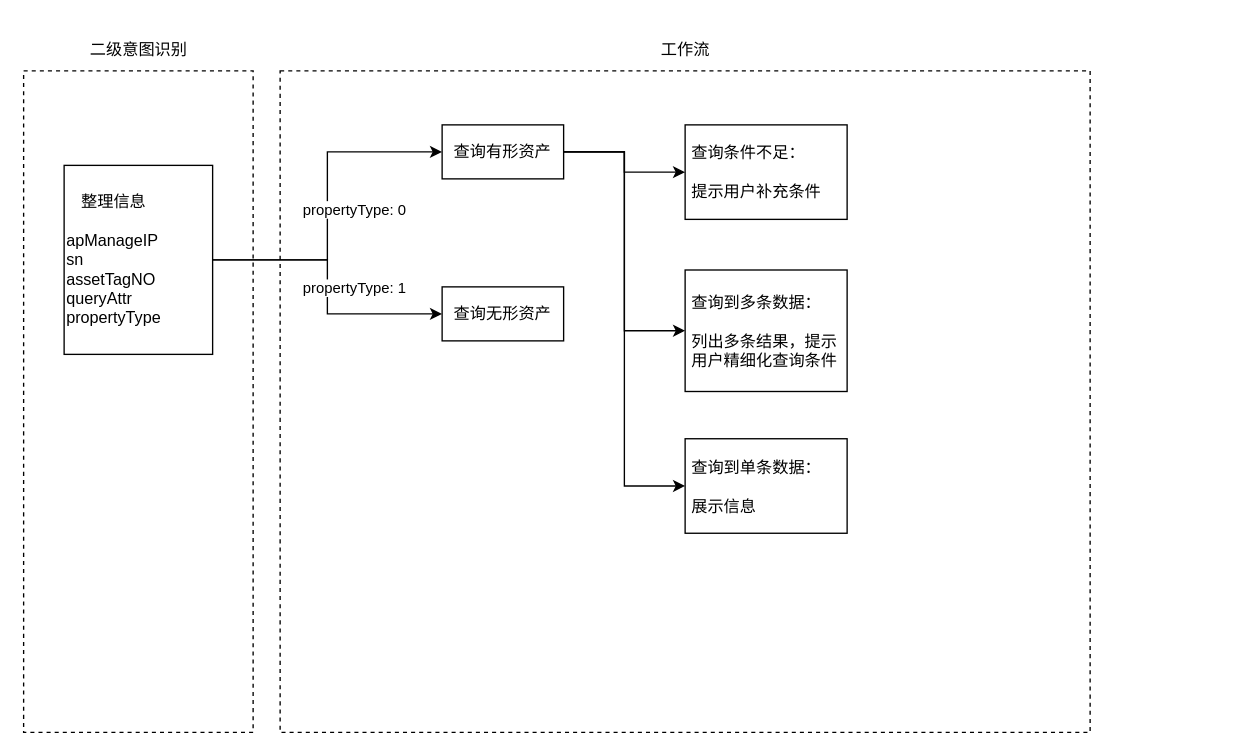
Lee-7723/Git keeps this draw.io diagram as 智能体.drawio. Above is the earlier version. Source tidied: cells renumbered, new cells numbered last; positions are measured from the earlier drawing's top-left corner, leaving out a move shared by most shapes. Both pictures are drawn from the tidied source at 135%, with x=0, y=0 at pixel (23, 30).
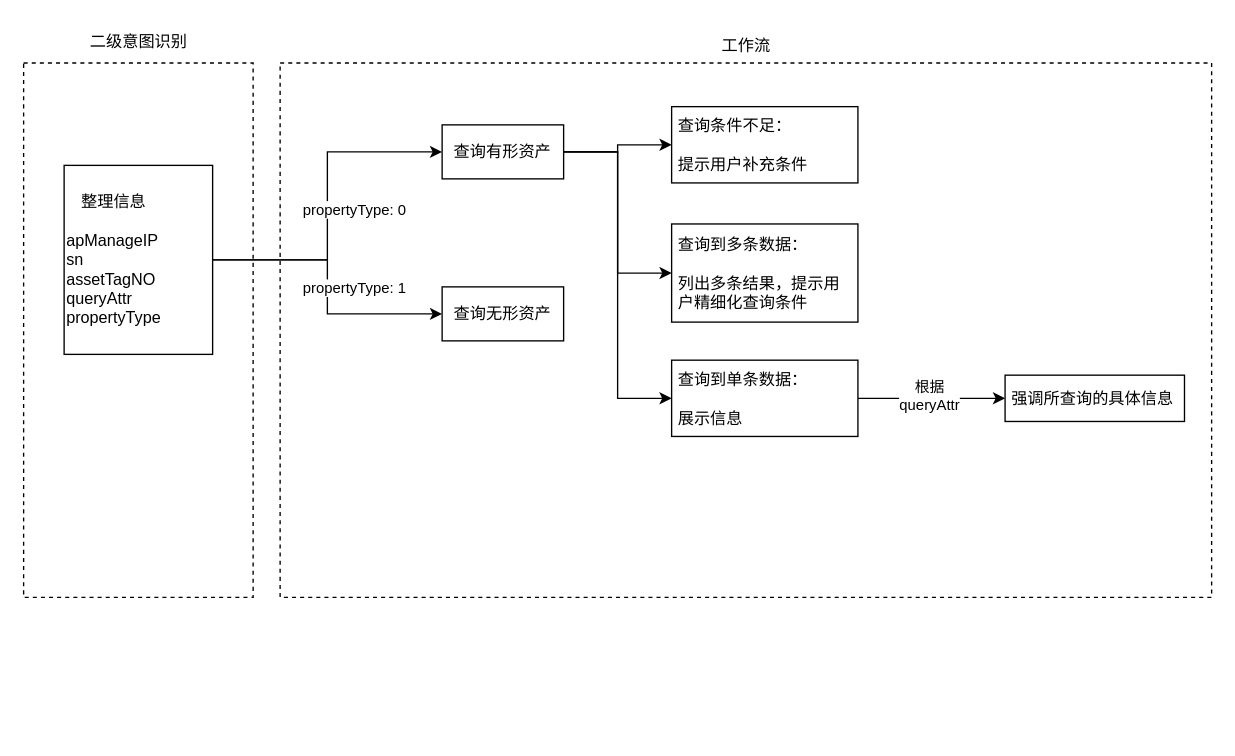
Above is the later version.

Commit message (it also covers changes not shown here):
更新智能体.drawio

Change to the diagram source:
```diff
@@
     <mxCell id="2" style="group;" parent="1" vertex="1">
-      <mxGeometry x="190" width="600" height="520" as="geometry" />
+      <mxGeometry x="190" width="690" height="420" as="geometry" />
     </mxCell>
     <mxCell id="3" style="rounded=0;whiteSpace=wrap;html=1;dashed=1;fillColor=none;" parent="2" vertex="1">
-      <mxGeometry y="30" width="600" height="490" as="geometry" />
+      <mxGeometry y="24.2" width="690" height="395.8" as="geometry" />
     </mxCell>
     <mxCell id="4" value="工作流" style="text;html=1;align=center;verticalAlign=middle;strokeColor=none;fillColor=none;" parent="2" vertex="1">
-      <mxGeometry x="270" width="60" height="30" as="geometry" />
+      <mxGeometry x="310.5" width="69" height="24.2" as="geometry" />
     </mxCell>
     <mxCell id="5" value="&lt;div align=&quot;left&quot;&gt;查询到多条数据：&lt;/div&gt;&lt;div align=&quot;left&quot;&gt;&lt;br&gt;&lt;/div&gt;&lt;div align=&quot;left&quot;&gt;列出多条结果，提示用户精细化查询条件&lt;/div&gt;" style="rounded=0;whiteSpace=wrap;html=1;align=left;imageHeight=24;spacingLeft=0;spacingBottom=0;spacingRight=0;spacingTop=0;spacing=5;" parent="2" vertex="1">
-      <mxGeometry x="300" y="177.5" width="120" height="90" as="geometry" />
+      <mxGeometry x="290" y="143.4" width="138" height="72.7" as="geometry" />
     </mxCell>
+    <mxCell id="21" style="edgeStyle=orthogonalEdgeStyle;rounded=0;jettySize=auto;html=1;exitX=1;exitY=0.5;exitDx=0;exitDy=0;entryX=0;entryY=0.5;entryDx=0;entryDy=0;" parent="2" edge="1" source="6" target="23">
+      <mxGeometry relative="1" as="geometry" />
+    </mxCell>
+    <mxCell id="22" value="&lt;div&gt;根据&lt;/div&gt;&lt;div&gt;queryAttr&lt;/div&gt;" style="edgeLabel;html=1;align=center;verticalAlign=middle;" parent="21" vertex="1">
+      <mxGeometry x="-0.05" y="2" relative="1" as="geometry" />
+    </mxCell>
     <mxCell id="6" value="&lt;div align=&quot;left&quot;&gt;查询到单条数据：&lt;/div&gt;&lt;div align=&quot;left&quot;&gt;&lt;br&gt;&lt;/div&gt;&lt;div align=&quot;left&quot;&gt;展示信息&lt;/div&gt;" style="rounded=0;whiteSpace=wrap;html=1;align=left;spacingTop=0;spacing=5;" parent="2" vertex="1">
-      <mxGeometry x="300" y="302.5" width="120" height="70" as="geometry" />
+      <mxGeometry x="290" y="244.3" width="138" height="56.5" as="geometry" />
     </mxCell>
     <mxCell id="7" value="&lt;div&gt;查询条件不足：&lt;/div&gt;&lt;div&gt;&lt;br&gt;&lt;/div&gt;&lt;div&gt;提示用户补充条件&lt;/div&gt;" style="rounded=0;whiteSpace=wrap;html=1;align=left;imageHeight=24;spacingLeft=0;spacingBottom=0;spacingRight=0;spacingTop=0;spacing=5;" parent="2" vertex="1">
-      <mxGeometry x="300" y="70" width="120" height="70" as="geometry" />
+      <mxGeometry x="290" y="56.5" width="138" height="56.5" as="geometry" />
     </mxCell>
+    <mxCell id="23" value="强调所查询的具体信息" style="rounded=0;whiteSpace=wrap;html=1;align=left;spacingTop=0;spacing=5;" parent="2" vertex="1">
+      <mxGeometry x="537" y="255.4" width="132.9" height="34.3" as="geometry" />
+    </mxCell>
     <mxCell id="8" style="group;" parent="1" vertex="1">
-      <mxGeometry width="170" height="520" as="geometry" />
+      <mxGeometry width="170" height="420" as="geometry" />
     </mxCell>
     <mxCell id="9" style="rounded=0;whiteSpace=wrap;html=1;dashed=1;fillColor=none;" parent="8" vertex="1">
-      <mxGeometry y="30" width="170" height="490" as="geometry" />
+      <mxGeometry y="24.2" width="170" height="395.8" as="geometry" />
     </mxCell>
     <mxCell id="10" value="二级意图识别" style="text;html=1;align=center;verticalAlign=middle;strokeColor=none;fillColor=none;" parent="8" vertex="1">
-      <mxGeometry x="35" width="100" height="30" as="geometry" />
+      <mxGeometry x="35" y="-5.8" width="100" height="30" as="geometry" />
     </mxCell>
```
